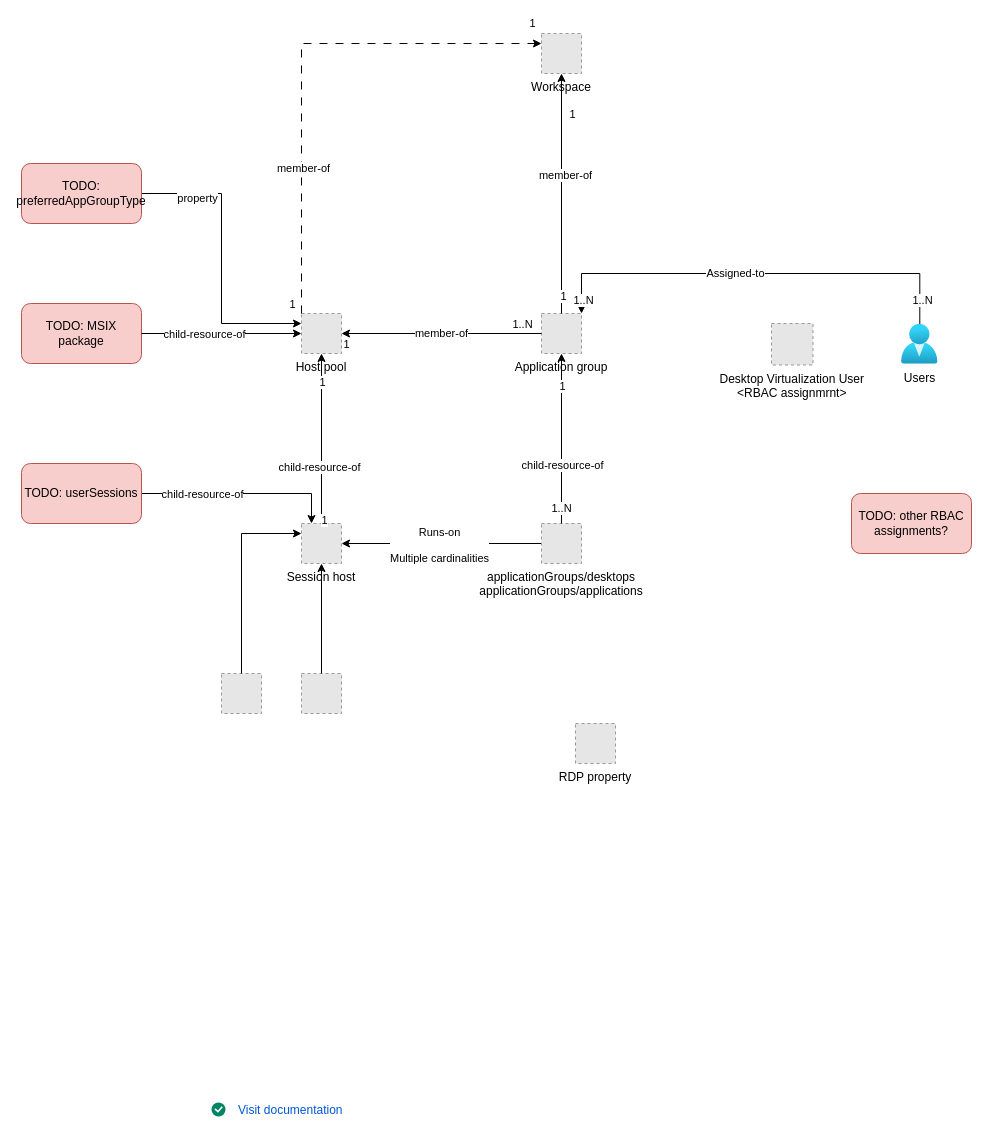
jikuja/diagrams.net keeps this draw.io diagram as page "ARM" (1 of 3) of Azure/Azure Virtual Desktop.drawio. Above is the earlier version. Source tidied: cells renumbered, new cells numbered last; positions are measured from the earlier drawing's top-left corner, leaving out a move shared by most shapes. Both pictures are drawn from the tidied source at 100%, with x=0, y=0 at pixel (21, 33). Pictures stored in the file or linked from it are replaced by grey dashed boxes.
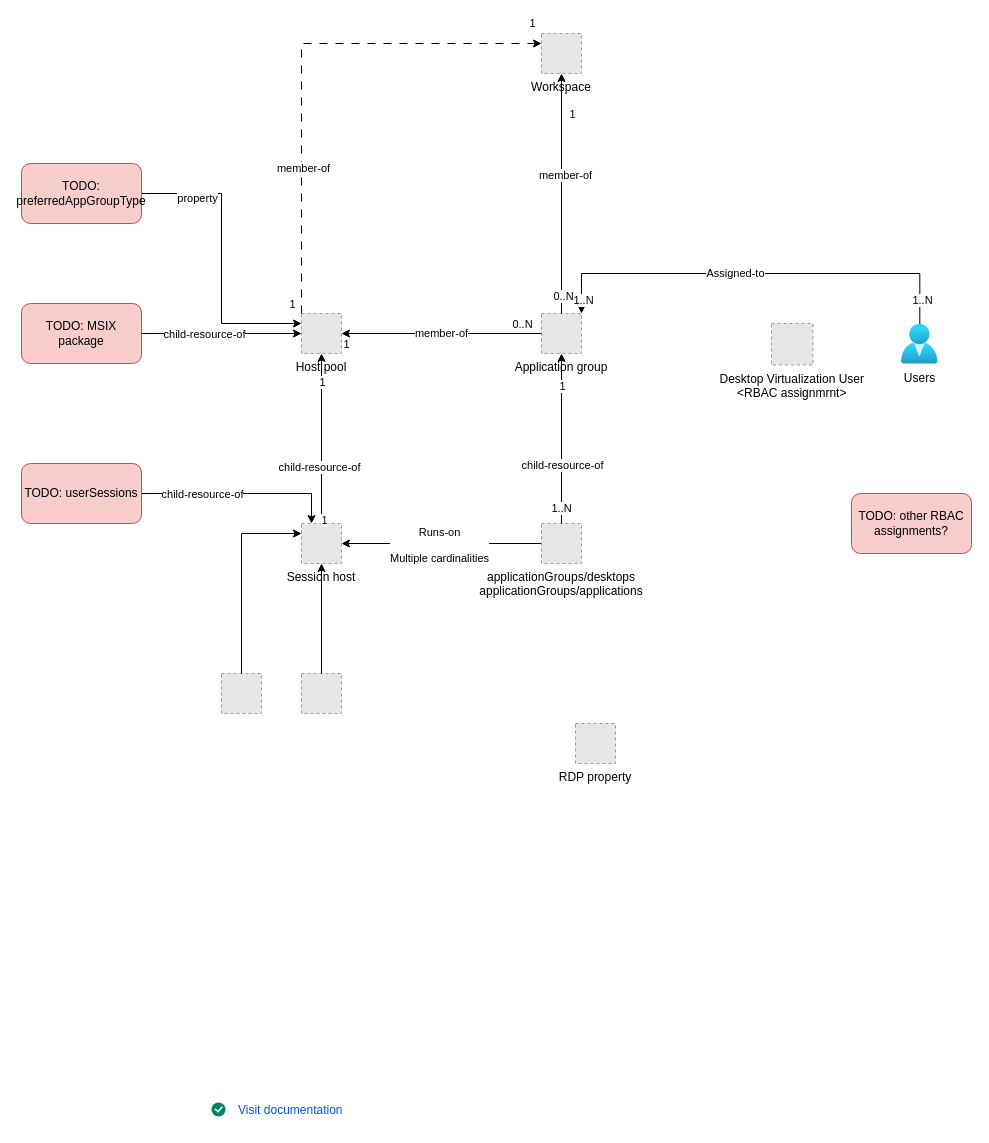
The same page after the edit.

Unchanged cells that the change refers to:
```xml
<mxCell id="27" value="member-of" style="rounded=0;jettySize=auto;html=1;edgeStyle=orthogonalEdgeStyle;" parent="22" edge="1" source="4" target="2">
  <mxGeometry relative="1" as="geometry" />
</mxCell>
<mxCell id="30" style="edgeStyle=orthogonalEdgeStyle;rounded=0;jettySize=auto;html=1;" parent="22" edge="1" source="4" target="3">
  <mxGeometry relative="1" as="geometry" />
</mxCell>
```

Change to the diagram source:
```diff
@@
-    <mxCell id="28" value="1..N" style="edgeLabel;html=1;align=center;verticalAlign=middle;" parent="27" vertex="1">
+    <mxCell id="28" value="0..N" style="edgeLabel;html=1;align=center;verticalAlign=middle;" parent="27" vertex="1">
       <mxGeometry x="-0.95" y="2" relative="1" as="geometry">
         <mxPoint x="-15" y="-12" as="offset" />
       </mxGeometry>
     </mxCell>
@@
-    <mxCell id="33" value="1" style="edgeLabel;html=1;align=center;verticalAlign=middle;" parent="30" vertex="1">
+    <mxCell id="33" value="0..N" style="edgeLabel;html=1;align=center;verticalAlign=middle;" parent="30" vertex="1">
       <mxGeometry x="-0.85" y="-1" relative="1" as="geometry" />
     </mxCell>
```
